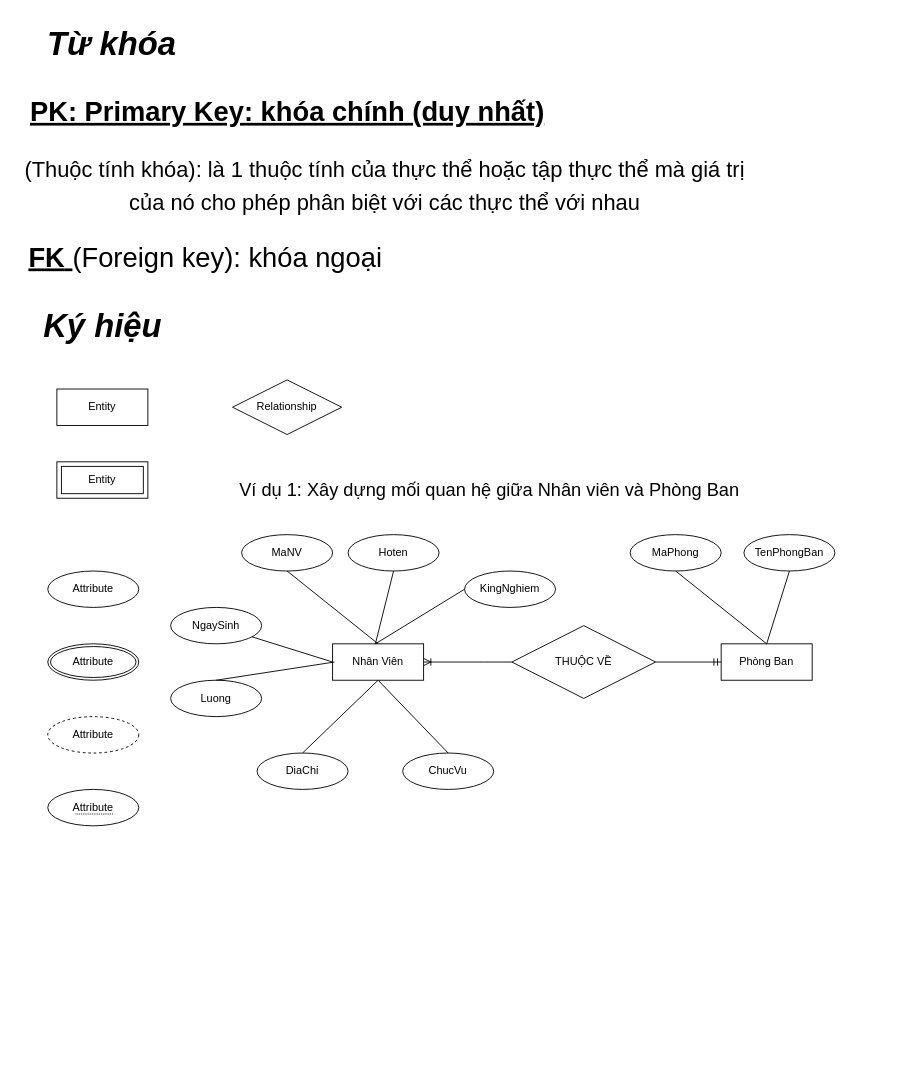
This is Biểu đồ không có tiêu đề.drawio from tuannguyen-1309/Draw, a draw.io file, before an edit. Source tidied: cells renumbered, new cells numbered last; positions are measured from the earlier drawing's top-left corner, leaving out a move shared by most shapes. Both pictures are drawn from the tidied source at 91%, with x=0, y=0 at pixel (15, 15).
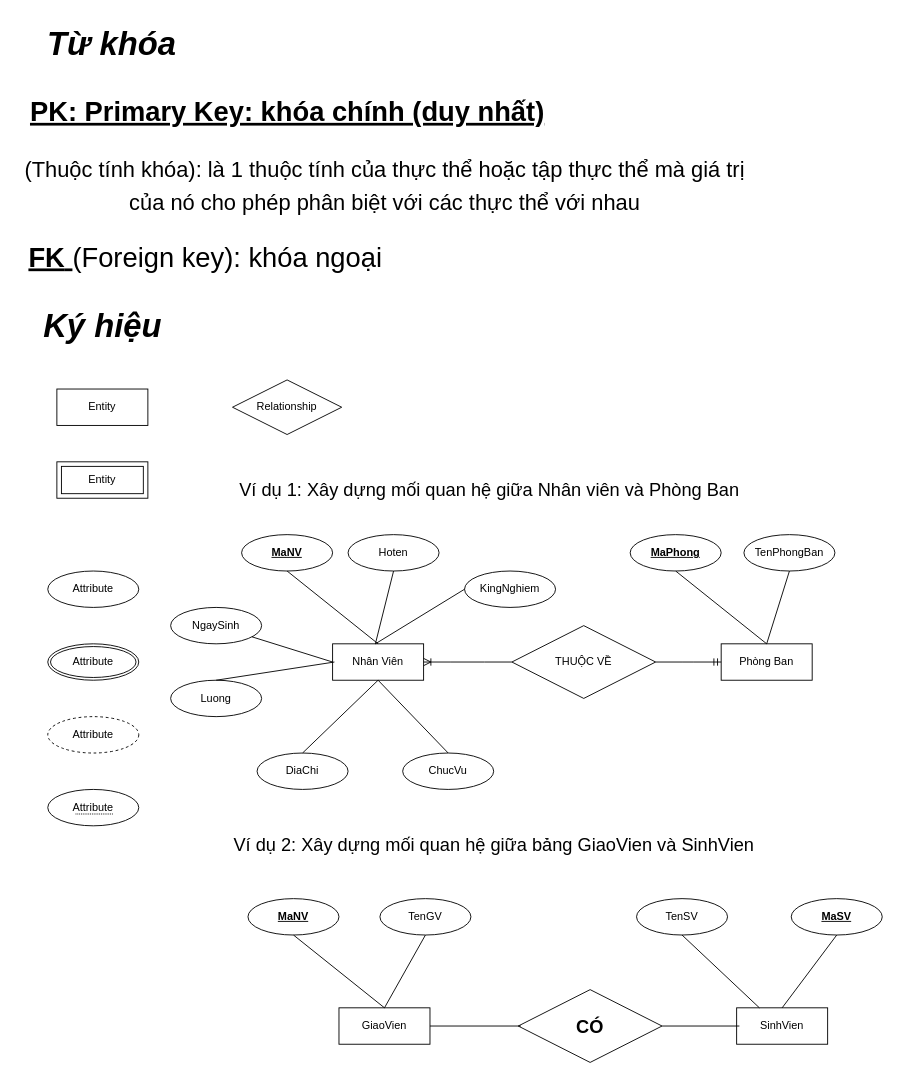
After the change.

Commit message (it also covers changes not shown here):
Cập nhật Biểu đồ không có tiêu đề.drawio

What changed in the source:
```diff
@@
-    <mxCell id="16" value="MaNV" style="ellipse;whiteSpace=wrap;html=1;align=center;" parent="1" vertex="1">
+    <mxCell id="16" value="&lt;u&gt;&lt;b&gt;MaNV&lt;/b&gt;&lt;/u&gt;" style="ellipse;whiteSpace=wrap;html=1;align=center;" parent="1" vertex="1">
       <mxGeometry x="248" y="570" width="100" height="40" as="geometry" />
     </mxCell>
@@
-    <mxCell id="31" value="MaPhong" style="ellipse;whiteSpace=wrap;html=1;align=center;" parent="1" vertex="1">
+    <mxCell id="31" value="&lt;u&gt;&lt;b&gt;MaPhong&lt;/b&gt;&lt;/u&gt;" style="ellipse;whiteSpace=wrap;html=1;align=center;" parent="1" vertex="1">
       <mxGeometry x="675" y="570" width="100" height="40" as="geometry" />
     </mxCell>
@@
+    <mxCell id="38" value="&lt;font style=&quot;font-size: 20px;&quot;&gt;Ví dụ 2: Xây dựng mối quan hệ giữa bảng GiaoVien và SinhVien&lt;/font&gt;" style="text;html=1;align=center;verticalAlign=middle;strokeColor=none;fillColor=none;" parent="1" vertex="1">
+      <mxGeometry x="225" y="890" width="600" height="40" as="geometry" />
+    </mxCell>
+    <mxCell id="39" value="GiaoVien" style="whiteSpace=wrap;html=1;align=center;" parent="1" vertex="1">
+      <mxGeometry x="355" y="1090" width="100" height="40" as="geometry" />
+    </mxCell>
+    <mxCell id="40" value="&lt;u&gt;&lt;b&gt;MaNV&lt;/b&gt;&lt;/u&gt;" style="ellipse;whiteSpace=wrap;html=1;align=center;" parent="1" vertex="1">
+      <mxGeometry x="255" y="970" width="100" height="40" as="geometry" />
+    </mxCell>
+    <mxCell id="41" value="TenGV" style="ellipse;whiteSpace=wrap;html=1;align=center;" parent="1" vertex="1">
+      <mxGeometry x="400" y="970" width="100" height="40" as="geometry" />
+    </mxCell>
+    <mxCell id="42" style="endArrow=none;html=1;rounded=0;entryX=0.5;entryY=1;entryDx=0;entryDy=0;exitX=0.5;exitY=0;exitDx=0;exitDy=0;" parent="1" edge="1" source="39" target="41">
+      <mxGeometry relative="1" as="geometry" />
+    </mxCell>
+    <mxCell id="43" style="endArrow=none;html=1;rounded=0;exitX=0.5;exitY=1;exitDx=0;exitDy=0;entryX=0.5;entryY=0;entryDx=0;entryDy=0;" parent="1" edge="1" source="40" target="39">
+      <mxGeometry relative="1" as="geometry" />
+    </mxCell>
+    <mxCell id="44" value="SinhVien" style="whiteSpace=wrap;html=1;align=center;" parent="1" vertex="1">
+      <mxGeometry x="792" y="1090" width="100" height="40" as="geometry" />
+    </mxCell>
+    <mxCell id="45" value="TenSV" style="ellipse;whiteSpace=wrap;html=1;align=center;" parent="1" vertex="1">
+      <mxGeometry x="682" y="970" width="100" height="40" as="geometry" />
+    </mxCell>
+    <mxCell id="46" value="&lt;b&gt;&lt;u&gt;MaSV&lt;/u&gt;&lt;/b&gt;" style="ellipse;whiteSpace=wrap;html=1;align=center;" parent="1" vertex="1">
+      <mxGeometry x="852" y="970" width="100" height="40" as="geometry" />
+    </mxCell>
+    <mxCell id="47" style="endArrow=none;html=1;rounded=0;entryX=0.5;entryY=1;entryDx=0;entryDy=0;exitX=0.5;exitY=0;exitDx=0;exitDy=0;" parent="1" edge="1" source="44" target="46">
+      <mxGeometry relative="1" as="geometry" />
+    </mxCell>
+    <mxCell id="48" style="endArrow=none;html=1;rounded=0;exitX=0.5;exitY=1;exitDx=0;exitDy=0;entryX=0.25;entryY=0;entryDx=0;entryDy=0;" parent="1" edge="1" source="45" target="44">
+      <mxGeometry relative="1" as="geometry" />
+    </mxCell>
+    <mxCell id="49" value="&lt;b&gt;&lt;font style=&quot;font-size: 20px;&quot;&gt;CÓ&lt;/font&gt;&lt;/b&gt;" style="shape=rhombus;perimeter=rhombusPerimeter;whiteSpace=wrap;html=1;align=center;" parent="1" vertex="1">
+      <mxGeometry x="552" y="1070" width="158" height="80" as="geometry" />
+    </mxCell>
+    <mxCell id="50" style="line;strokeWidth=1;dashed=0;labelPosition=right;align=left;verticalAlign=middle;spacingTop=0;spacingLeft=6;" parent="1" vertex="1">
+      <mxGeometry x="455" y="1105" width="100" height="10" as="geometry" />
+    </mxCell>
+    <mxCell id="51" style="line;strokeWidth=1;dashed=0;labelPosition=right;align=left;verticalAlign=middle;spacingTop=0;spacingLeft=6;" parent="1" vertex="1">
+      <mxGeometry x="710" y="1105" width="85" height="10" as="geometry" />
+    </mxCell>
```
